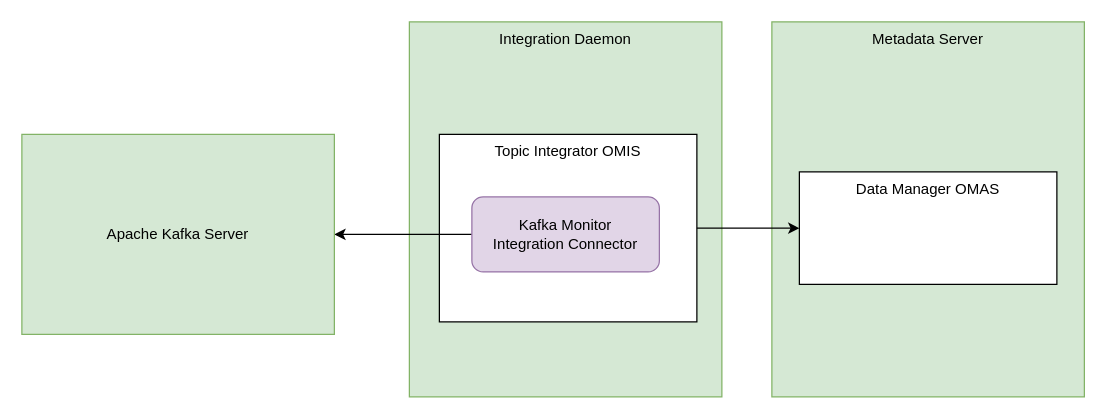
This is page "kafka-monitor-integration-connector" (4 of 15) of site/docs/connectors/connector-catalog.drawio from odpi/egeria-docs, a draw.io file, before an edit. Source tidied: cells renumbered, new cells numbered last; positions are measured from the earlier drawing's top-left corner, leaving out a move shared by most shapes. Both pictures are drawn from the tidied source at 125%, with x=0, y=0 at pixel (21, 21).
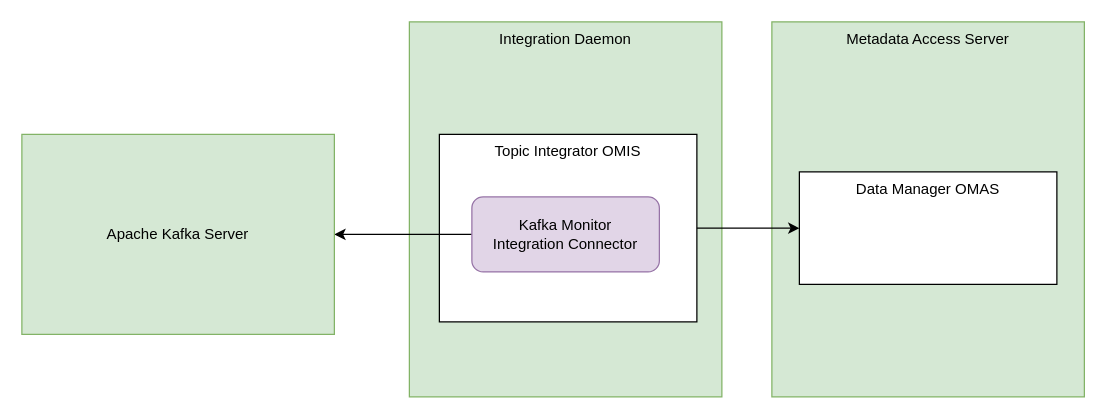
The same page after the edit.

Diff of the diagram source:
```diff
@@
 <mxGraphModel>
   <root>
     <mxCell id="0" />
     <mxCell id="1" parent="0" />
     <mxCell id="2" value="Integration Daemon" style="rounded=0;whiteSpace=wrap;html=1;verticalAlign=top;fillColor=#d5e8d4;strokeColor=#82b366;" parent="1" vertex="1">
       <mxGeometry x="310" width="250" height="300" as="geometry" />
     </mxCell>
     <mxCell id="3" value="Topic Integrator OMIS" style="rounded=0;whiteSpace=wrap;html=1;verticalAlign=top;" parent="1" vertex="1">
       <mxGeometry x="334" y="90" width="206" height="150" as="geometry" />
     </mxCell>
     <mxCell id="4" style="edgeStyle=orthogonalEdgeStyle;rounded=0;jettySize=auto;html=1;exitX=0;exitY=0.5;exitDx=0;exitDy=0;" parent="1" edge="1" source="5">
       <mxGeometry relative="1" as="geometry">
         <mxPoint x="250" y="170" as="targetPoint" />
       </mxGeometry>
     </mxCell>
     <mxCell id="5" value="Kafka Monitor&lt;br&gt;Integration Connector" style="rounded=1;whiteSpace=wrap;html=1;fillColor=#e1d5e7;strokeColor=#9673a6;" parent="1" vertex="1">
       <mxGeometry x="360" y="140" width="150" height="60" as="geometry" />
     </mxCell>
-    <mxCell id="6" value="Metadata Server" style="rounded=0;whiteSpace=wrap;html=1;verticalAlign=top;fillColor=#d5e8d4;strokeColor=#82b366;" parent="1" vertex="1">
+    <mxCell id="6" value="Metadata Access Server" style="rounded=0;whiteSpace=wrap;html=1;verticalAlign=top;fillColor=#d5e8d4;strokeColor=#82b366;" parent="1" vertex="1">
       <mxGeometry x="600" width="250" height="300" as="geometry" />
     </mxCell>
     <mxCell id="7" value="Data Manager OMAS" style="rounded=0;whiteSpace=wrap;html=1;verticalAlign=top;" parent="1" vertex="1">
       <mxGeometry x="622" y="120" width="206" height="90" as="geometry" />
     </mxCell>
     <mxCell id="8" style="edgeStyle=orthogonalEdgeStyle;rounded=0;jettySize=auto;html=1;entryX=0;entryY=0.5;entryDx=0;entryDy=0;" parent="1" edge="1" source="3" target="7">
       <mxGeometry relative="1" as="geometry" />
     </mxCell>
     <mxCell id="9" value="Apache Kafka Server" style="rounded=0;whiteSpace=wrap;html=1;verticalAlign=middle;fillColor=#d5e8d4;strokeColor=#82b366;" parent="1" vertex="1">
       <mxGeometry y="90" width="250" height="160" as="geometry" />
     </mxCell>
   </root>
 </mxGraphModel>
```
